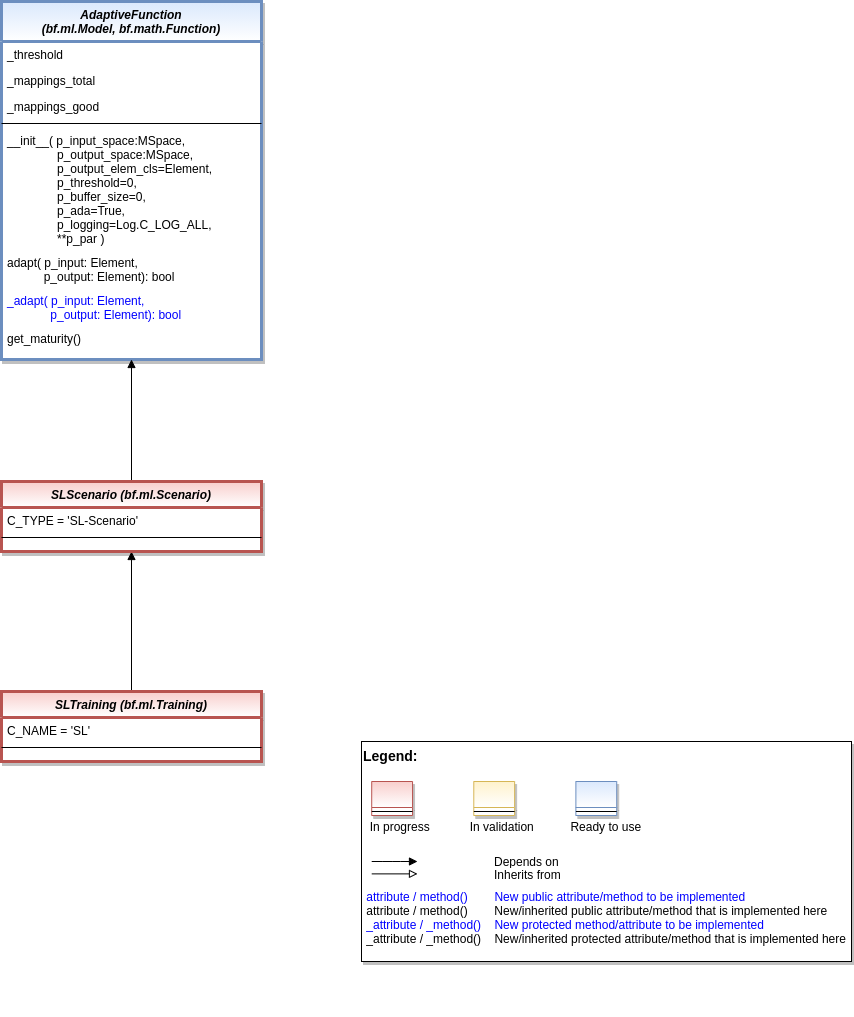
The draw.io diagram doc/rtd/content/append2/core/images/sl/MLPro-SL_class_diagram.png in fhswf/MLPro, before a commit. Source tidied: cells renumbered, new cells last; positions are measured from the earlier drawing's top-left corner, leaving out a move shared by most shapes. The source it was exported from:
```xml
<mxGraphModel>
  <root>
    <mxCell id="0" />
    <mxCell id="1" parent="0" />
    <mxCell id="2" value="AdaptiveFunction &#10;(bf.ml.Model, bf.math.Function)" style="swimlane;fontStyle=3;align=center;verticalAlign=top;horizontal=1;startSize=40;rounded=0;shadow=1;strokeWidth=3;fillColor=#dae8fc;strokeColor=#6c8ebf;gradientColor=#ffffff;swimlaneFillColor=#ffffff;" parent="1" vertex="1">
      <mxGeometry width="260" height="358" as="geometry" />
    </mxCell>
    <mxCell id="3" value="_threshold" style="text;align=left;verticalAlign=top;spacingLeft=4;spacingRight=4;overflow=hidden;" parent="2" vertex="1">
      <mxGeometry y="40" width="260" height="26" as="geometry" />
    </mxCell>
    <mxCell id="4" value="_mappings_total" style="text;align=left;verticalAlign=top;spacingLeft=4;spacingRight=4;overflow=hidden;" parent="2" vertex="1">
      <mxGeometry y="66" width="260" height="26" as="geometry" />
    </mxCell>
    <mxCell id="5" value="_mappings_good" style="text;align=left;verticalAlign=top;spacingLeft=4;spacingRight=4;overflow=hidden;" parent="2" vertex="1">
      <mxGeometry y="92" width="260" height="26" as="geometry" />
    </mxCell>
    <mxCell id="6" style="line;html=1;strokeWidth=1;align=left;verticalAlign=middle;spacingTop=-1;spacingLeft=3;spacingRight=3;labelPosition=right;" parent="2" vertex="1">
      <mxGeometry y="118" width="260" height="8" as="geometry" />
    </mxCell>
    <mxCell id="7" value="__init__( p_input_space:MSpace,&#10;               p_output_space:MSpace,&#10;               p_output_elem_cls=Element,&#10;               p_threshold=0,&#10;               p_buffer_size=0,&#10;               p_ada=True, &#10;               p_logging=Log.C_LOG_ALL,&#10;               **p_par )" style="text;align=left;verticalAlign=top;spacingLeft=4;spacingRight=4;overflow=hidden;" parent="2" vertex="1">
      <mxGeometry y="126" width="260" height="122" as="geometry" />
    </mxCell>
    <mxCell id="8" value="adapt( p_input: Element,&#10;           p_output: Element): bool" style="text;align=left;verticalAlign=top;spacingLeft=4;spacingRight=4;overflow=hidden;" parent="2" vertex="1">
      <mxGeometry y="248" width="260" height="38" as="geometry" />
    </mxCell>
    <mxCell id="9" value="_adapt( p_input: Element,&#10;             p_output: Element): bool" style="text;align=left;verticalAlign=top;spacingLeft=4;spacingRight=4;overflow=hidden;fontColor=#0000FF;" parent="2" vertex="1">
      <mxGeometry y="286" width="260" height="38" as="geometry" />
    </mxCell>
    <mxCell id="10" value="get_maturity()" style="text;align=left;verticalAlign=top;spacingLeft=4;spacingRight=4;overflow=hidden;" parent="2" vertex="1">
      <mxGeometry y="324" width="260" height="24" as="geometry" />
    </mxCell>
    <mxCell id="11" style="edgeStyle=orthogonalEdgeStyle;rounded=0;jettySize=auto;html=1;endArrow=block;endFill=1;" parent="1" edge="1" source="12" target="26">
      <mxGeometry relative="1" as="geometry" />
    </mxCell>
    <mxCell id="12" value="SLTraining (bf.ml.Training)" style="swimlane;fontStyle=3;align=center;verticalAlign=top;horizontal=1;startSize=26;rounded=0;shadow=1;strokeWidth=3;fillColor=#f8cecc;strokeColor=#b85450;swimlaneFillColor=#ffffff;gradientColor=#ffffff;" parent="1" vertex="1">
      <mxGeometry y="690" width="260" height="70" as="geometry" />
    </mxCell>
    <mxCell id="13" value="C_NAME = 'SL'" style="text;align=left;verticalAlign=top;spacingLeft=4;spacingRight=4;overflow=hidden;" parent="12" vertex="1">
      <mxGeometry y="26" width="260" height="26" as="geometry" />
    </mxCell>
    <mxCell id="14" style="line;html=1;strokeWidth=1;align=left;verticalAlign=middle;spacingTop=-1;spacingLeft=3;spacingRight=3;labelPosition=right;" parent="12" vertex="1">
      <mxGeometry y="52" width="260" height="8" as="geometry" />
    </mxCell>
    <mxCell id="15" style="group;" parent="1" vertex="1">
      <mxGeometry x="360" y="740" width="490" height="220" as="geometry" />
    </mxCell>
    <mxCell id="16" value="&lt;font color=&quot;#000000&quot; size=&quot;1&quot;&gt;&lt;b style=&quot;font-size: 14px&quot;&gt;Legend:&lt;br&gt;&lt;/b&gt;&lt;/font&gt;&lt;br&gt;&lt;br&gt;&lt;br&gt;&lt;font color=&quot;#0000ff&quot; style=&quot;font-size: 6px&quot;&gt;&lt;br&gt;&lt;/font&gt;&lt;span style=&quot;color: rgb(0 , 0 , 0)&quot;&gt;&lt;font style=&quot;font-size: 4px&quot;&gt;&amp;nbsp; &amp;nbsp;&lt;/font&gt;&amp;nbsp;In progress&amp;nbsp; &amp;nbsp; &amp;nbsp; &amp;nbsp; &amp;nbsp; &amp;nbsp; In validation&amp;nbsp; &amp;nbsp; &amp;nbsp; &amp;nbsp; &amp;nbsp; &amp;nbsp;Ready to use&lt;/span&gt;&lt;font color=&quot;#000000&quot;&gt;&amp;nbsp;&lt;br&gt;&lt;/font&gt;&lt;font color=&quot;#0000ff&quot;&gt;&lt;br&gt;&lt;br&gt;&lt;br&gt;&lt;br&gt;&amp;nbsp;attribute / method()&amp;nbsp; &amp;nbsp; &amp;nbsp; &amp;nbsp; New public attribute/method to be implemented&lt;/font&gt;&lt;br&gt;&lt;font color=&quot;#000000&quot;&gt;&amp;nbsp;&lt;/font&gt;&lt;font color=&quot;#000000&quot;&gt;attribute / method()&lt;span&gt;&#9;&lt;/span&gt;&amp;nbsp; &amp;nbsp; &amp;nbsp; &amp;nbsp;New/inherited public attribute/method that is implemented here&lt;br&gt;&lt;/font&gt;&lt;font color=&quot;#0000ff&quot;&gt;&amp;nbsp;_attribute /&amp;nbsp;&lt;/font&gt;&lt;font color=&quot;#0000ff&quot;&gt;_method()&amp;nbsp; &amp;nbsp; New protected method/attribute to be implemented&lt;/font&gt;&lt;br&gt;&lt;font color=&quot;#000000&quot;&gt;&amp;nbsp;_attribute / _method()&amp;nbsp; &amp;nbsp; New/inherited protected attribute/method that is implemented here&lt;br&gt;&lt;/font&gt;&lt;font color=&quot;#000000&quot;&gt;&lt;br&gt;&lt;br&gt;&lt;br&gt;&lt;br&gt;&lt;br&gt;&lt;/font&gt;" style="text;html=1;align=left;verticalAlign=top;whiteSpace=wrap;rounded=0;fontColor=#006600;strokeColor=#000000;shadow=1;fillColor=#ffffff;" parent="15" vertex="1">
      <mxGeometry width="490" height="220" as="geometry" />
    </mxCell>
    <mxCell id="17" value="Depends on" style="endArrow=block;html=1;labelPosition=right;verticalLabelPosition=middle;align=left;verticalAlign=middle;endFill=1;fontSize=12;" parent="15" edge="1">
      <mxGeometry x="-1623.1" y="-2180" as="geometry">
        <mxPoint x="10.2" y="120" as="sourcePoint" />
        <mxPoint x="56" y="120" as="targetPoint" />
        <Array as="points">
          <mxPoint x="30.6" y="120" />
        </Array>
        <mxPoint x="98" as="offset" />
      </mxGeometry>
    </mxCell>
    <mxCell id="18" value="Inherits from" style="endArrow=block;html=1;labelPosition=right;verticalLabelPosition=middle;align=left;verticalAlign=middle;endFill=0;fontSize=12;" parent="15" edge="1">
      <mxGeometry x="-1623.1" y="-2180" as="geometry">
        <mxPoint x="10.2" y="132.4" as="sourcePoint" />
        <mxPoint x="56" y="132.4" as="targetPoint" />
        <mxPoint x="98" y="1" as="offset" />
      </mxGeometry>
    </mxCell>
    <mxCell id="19" style="swimlane;fontStyle=3;align=center;verticalAlign=top;horizontal=1;startSize=26;rounded=0;shadow=1;strokeWidth=1;fillColor=#f8cecc;strokeColor=#b85450;gradientColor=#ffffff;swimlaneFillColor=#ffffff;" parent="15" vertex="1">
      <mxGeometry x="10.2" y="40" width="40.8" height="34" as="geometry" />
    </mxCell>
    <mxCell id="20" style="line;html=1;strokeWidth=1;align=left;verticalAlign=middle;spacingTop=-1;spacingLeft=3;spacingRight=3;labelPosition=right;" parent="19" vertex="1">
      <mxGeometry y="26" width="40.8" height="8" as="geometry" />
    </mxCell>
    <mxCell id="21" style="swimlane;fontStyle=3;align=center;verticalAlign=top;horizontal=1;startSize=26;rounded=0;shadow=1;strokeWidth=1;fillColor=#fff2cc;strokeColor=#d6b656;gradientColor=#ffffff;swimlaneFillColor=#ffffff;" parent="15" vertex="1">
      <mxGeometry x="112.3" y="40" width="40.8" height="34" as="geometry" />
    </mxCell>
    <mxCell id="22" style="line;html=1;strokeWidth=1;align=left;verticalAlign=middle;spacingTop=-1;spacingLeft=3;spacingRight=3;labelPosition=right;" parent="21" vertex="1">
      <mxGeometry y="26" width="40.8" height="8" as="geometry" />
    </mxCell>
    <mxCell id="23" style="swimlane;fontStyle=3;align=center;verticalAlign=top;horizontal=1;startSize=26;rounded=0;shadow=1;strokeWidth=1;fillColor=#dae8fc;strokeColor=#6c8ebf;gradientColor=#ffffff;swimlaneFillColor=#ffffff;" parent="15" vertex="1">
      <mxGeometry x="214.4" y="40" width="40.8" height="34" as="geometry" />
    </mxCell>
    <mxCell id="24" style="line;html=1;strokeWidth=1;align=left;verticalAlign=middle;spacingTop=-1;spacingLeft=3;spacingRight=3;labelPosition=right;" parent="23" vertex="1">
      <mxGeometry y="26" width="40.8" height="8" as="geometry" />
    </mxCell>
    <mxCell id="25" style="edgeStyle=orthogonalEdgeStyle;rounded=0;jettySize=auto;html=1;endArrow=block;endFill=1;" parent="1" edge="1" source="26" target="2">
      <mxGeometry relative="1" as="geometry" />
    </mxCell>
    <mxCell id="26" value="SLScenario (bf.ml.Scenario)" style="swimlane;fontStyle=3;align=center;verticalAlign=top;horizontal=1;startSize=26;rounded=0;shadow=1;strokeWidth=3;fillColor=#f8cecc;strokeColor=#b85450;swimlaneFillColor=#ffffff;gradientColor=#ffffff;" parent="1" vertex="1">
      <mxGeometry y="480" width="260" height="70" as="geometry" />
    </mxCell>
    <mxCell id="27" value="C_TYPE = 'SL-Scenario'" style="text;align=left;verticalAlign=top;spacingLeft=4;spacingRight=4;overflow=hidden;" parent="26" vertex="1">
      <mxGeometry y="26" width="260" height="26" as="geometry" />
    </mxCell>
    <mxCell id="28" style="line;html=1;strokeWidth=1;align=left;verticalAlign=middle;spacingTop=-1;spacingLeft=3;spacingRight=3;labelPosition=right;" parent="26" vertex="1">
      <mxGeometry y="52" width="260" height="8" as="geometry" />
    </mxCell>
  </root>
</mxGraphModel>
```
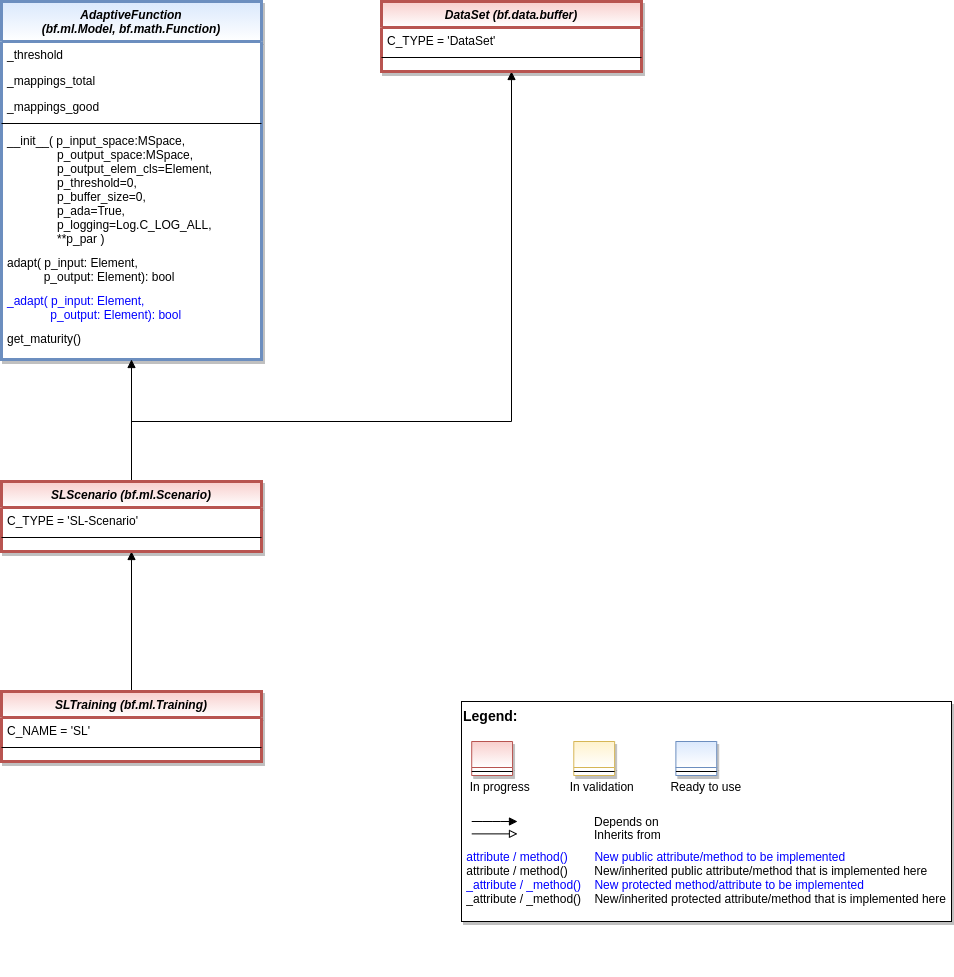
After the change.

Commit message:
SL: updated class diagram

What changed in the source:
```diff
@@ -42,7 +42,7 @@
       <mxGeometry y="52" width="260" height="8" as="geometry" />
     </mxCell>
     <mxCell id="15" style="group;" parent="1" vertex="1">
-      <mxGeometry x="360" y="740" width="490" height="220" as="geometry" />
+      <mxGeometry x="460" y="700" width="490" height="220" as="geometry" />
     </mxCell>
     <mxCell id="16" value="&lt;font color=&quot;#000000&quot; size=&quot;1&quot;&gt;&lt;b style=&quot;font-size: 14px&quot;&gt;Legend:&lt;br&gt;&lt;/b&gt;&lt;/font&gt;&lt;br&gt;&lt;br&gt;&lt;br&gt;&lt;font color=&quot;#0000ff&quot; style=&quot;font-size: 6px&quot;&gt;&lt;br&gt;&lt;/font&gt;&lt;span style=&quot;color: rgb(0 , 0 , 0)&quot;&gt;&lt;font style=&quot;font-size: 4px&quot;&gt;&amp;nbsp; &amp;nbsp;&lt;/font&gt;&amp;nbsp;In progress&amp;nbsp; &amp;nbsp; &amp;nbsp; &amp;nbsp; &amp;nbsp; &amp;nbsp; In validation&amp;nbsp; &amp;nbsp; &amp;nbsp; &amp;nbsp; &amp;nbsp; &amp;nbsp;Ready to use&lt;/span&gt;&lt;font color=&quot;#000000&quot;&gt;&amp;nbsp;&lt;br&gt;&lt;/font&gt;&lt;font color=&quot;#0000ff&quot;&gt;&lt;br&gt;&lt;br&gt;&lt;br&gt;&lt;br&gt;&amp;nbsp;attribute / method()&amp;nbsp; &amp;nbsp; &amp;nbsp; &amp;nbsp; New public attribute/method to be implemented&lt;/font&gt;&lt;br&gt;&lt;font color=&quot;#000000&quot;&gt;&amp;nbsp;&lt;/font&gt;&lt;font color=&quot;#000000&quot;&gt;attribute / method()&lt;span&gt;&#9;&lt;/span&gt;&amp;nbsp; &amp;nbsp; &amp;nbsp; &amp;nbsp;New/inherited public attribute/method that is implemented here&lt;br&gt;&lt;/font&gt;&lt;font color=&quot;#0000ff&quot;&gt;&amp;nbsp;_attribute /&amp;nbsp;&lt;/font&gt;&lt;font color=&quot;#0000ff&quot;&gt;_method()&amp;nbsp; &amp;nbsp; New protected method/attribute to be implemented&lt;/font&gt;&lt;br&gt;&lt;font color=&quot;#000000&quot;&gt;&amp;nbsp;_attribute / _method()&amp;nbsp; &amp;nbsp; New/inherited protected attribute/method that is implemented here&lt;br&gt;&lt;/font&gt;&lt;font color=&quot;#000000&quot;&gt;&lt;br&gt;&lt;br&gt;&lt;br&gt;&lt;br&gt;&lt;br&gt;&lt;/font&gt;" style="text;html=1;align=left;verticalAlign=top;whiteSpace=wrap;rounded=0;fontColor=#006600;strokeColor=#000000;shadow=1;fillColor=#ffffff;" parent="15" vertex="1">
       <mxGeometry width="490" height="220" as="geometry" />
@@ -85,6 +85,14 @@
     <mxCell id="25" style="edgeStyle=orthogonalEdgeStyle;rounded=0;jettySize=auto;html=1;endArrow=block;endFill=1;" parent="1" edge="1" source="26" target="2">
       <mxGeometry relative="1" as="geometry" />
     </mxCell>
+    <mxCell id="29" style="edgeStyle=orthogonalEdgeStyle;rounded=0;jettySize=auto;html=1;endArrow=block;endFill=1;exitX=0.5;exitY=0;exitDx=0;exitDy=0;" parent="1" edge="1" source="26" target="30">
+      <mxGeometry relative="1" as="geometry">
+        <Array as="points">
+          <mxPoint x="130" y="420" />
+          <mxPoint x="510" y="420" />
+        </Array>
+      </mxGeometry>
+    </mxCell>
     <mxCell id="26" value="SLScenario (bf.ml.Scenario)" style="swimlane;fontStyle=3;align=center;verticalAlign=top;horizontal=1;startSize=26;rounded=0;shadow=1;strokeWidth=3;fillColor=#f8cecc;strokeColor=#b85450;swimlaneFillColor=#ffffff;gradientColor=#ffffff;" parent="1" vertex="1">
       <mxGeometry y="480" width="260" height="70" as="geometry" />
     </mxCell>
@@ -94,5 +102,14 @@
     <mxCell id="28" style="line;html=1;strokeWidth=1;align=left;verticalAlign=middle;spacingTop=-1;spacingLeft=3;spacingRight=3;labelPosition=right;" parent="26" vertex="1">
       <mxGeometry y="52" width="260" height="8" as="geometry" />
     </mxCell>
+    <mxCell id="30" value="DataSet (bf.data.buffer)" style="swimlane;fontStyle=3;align=center;verticalAlign=top;horizontal=1;startSize=26;rounded=0;shadow=1;strokeWidth=3;fillColor=#f8cecc;strokeColor=#b85450;swimlaneFillColor=#ffffff;gradientColor=#ffffff;" parent="1" vertex="1">
+      <mxGeometry x="380" width="260" height="70" as="geometry" />
+    </mxCell>
+    <mxCell id="31" value="C_TYPE = 'DataSet'" style="text;align=left;verticalAlign=top;spacingLeft=4;spacingRight=4;overflow=hidden;" parent="30" vertex="1">
+      <mxGeometry y="26" width="260" height="26" as="geometry" />
+    </mxCell>
+    <mxCell id="32" style="line;html=1;strokeWidth=1;align=left;verticalAlign=middle;spacingTop=-1;spacingLeft=3;spacingRight=3;labelPosition=right;" parent="30" vertex="1">
+      <mxGeometry y="52" width="260" height="8" as="geometry" />
+    </mxCell>
   </root>
 </mxGraphModel>
```
